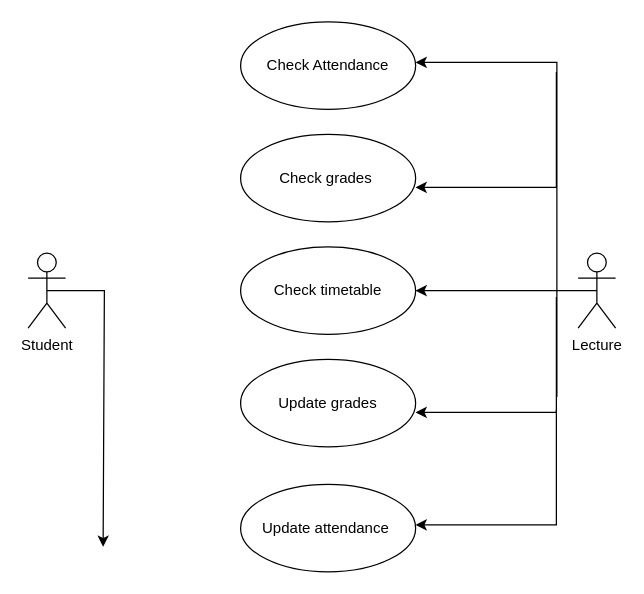
Before: Untitled Diagram.drawio in arabssonn/Software-development-and-decumentation, a draw.io diagram. Source tidied: cells renumbered, new cells numbered last; positions are measured from the earlier drawing's top-left corner, leaving out a move shared by most shapes. Both pictures are drawn from the tidied source at 125%, with x=0, y=0 at pixel (28, 21).
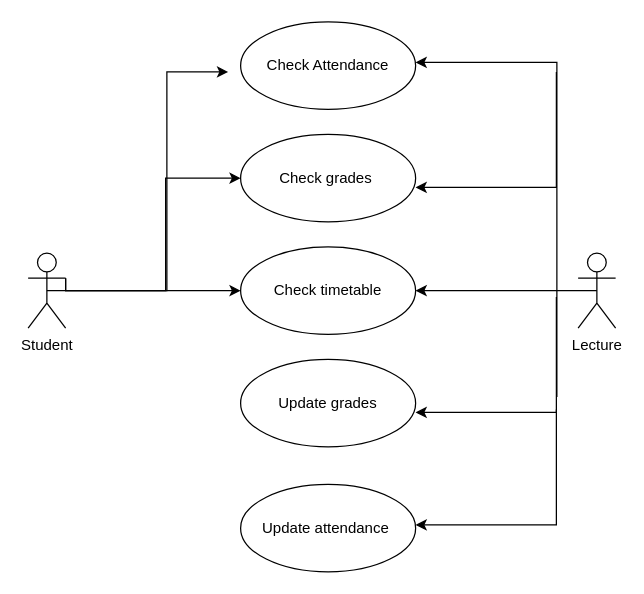
The same diagram, later.

The change refers to these unchanged cells:
```xml
<mxCell id="3" value="Student&lt;br&gt;" style="shape=umlActor;verticalLabelPosition=bottom;verticalAlign=top;html=1;" parent="1" vertex="1">
  <mxGeometry y="185" width="30" height="60" as="geometry" />
</mxCell>
<mxCell id="7" value="Check grades&amp;nbsp;" style="ellipse;whiteSpace=wrap;html=1;" parent="1" vertex="1">
  <mxGeometry x="170" y="90" width="140" height="70" as="geometry" />
</mxCell>
<mxCell id="11" value="Check timetable" style="ellipse;whiteSpace=wrap;html=1;" parent="1" vertex="1">
  <mxGeometry x="170" y="180" width="140" height="70" as="geometry" />
</mxCell>
```

What changed in the source:
```diff
@@
-    <mxCell id="2" style="edgeStyle=orthogonalEdgeStyle;rounded=0;jettySize=auto;html=1;exitX=0.5;exitY=0.5;exitDx=0;exitDy=0;exitPerimeter=0;" parent="1" edge="1" source="3">
-      <mxGeometry relative="1" as="geometry">
-        <mxPoint x="60" y="420" as="targetPoint" />
-        <Array as="points">
-          <mxPoint x="61" y="215" />
-        </Array>
-      </mxGeometry>
-    </mxCell>
+    <mxCell id="15" style="edgeStyle=orthogonalEdgeStyle;rounded=0;jettySize=auto;html=1;exitX=0.5;exitY=0.5;exitDx=0;exitDy=0;exitPerimeter=0;" parent="1" edge="1" source="3" target="11">
+      <mxGeometry relative="1" as="geometry" />
+    </mxCell>
+    <mxCell id="16" style="edgeStyle=orthogonalEdgeStyle;rounded=0;jettySize=auto;html=1;exitX=1;exitY=0.3333333333333333;exitDx=0;exitDy=0;exitPerimeter=0;" parent="1" edge="1" source="3">
+      <mxGeometry relative="1" as="geometry">
+        <mxPoint x="160" y="40" as="targetPoint" />
+        <Array as="points">
+          <mxPoint x="30" y="215" />
+          <mxPoint x="111" y="215" />
+        </Array>
+      </mxGeometry>
+    </mxCell>
+    <mxCell id="17" style="edgeStyle=orthogonalEdgeStyle;rounded=0;jettySize=auto;html=1;exitX=1;exitY=0.3333333333333333;exitDx=0;exitDy=0;exitPerimeter=0;entryX=0;entryY=0.5;entryDx=0;entryDy=0;" parent="1" edge="1" source="3" target="7">
+      <mxGeometry relative="1" as="geometry">
+        <Array as="points">
+          <mxPoint x="30" y="215" />
+          <mxPoint x="110" y="215" />
+          <mxPoint x="110" y="125" />
+        </Array>
+      </mxGeometry>
+    </mxCell>
```
